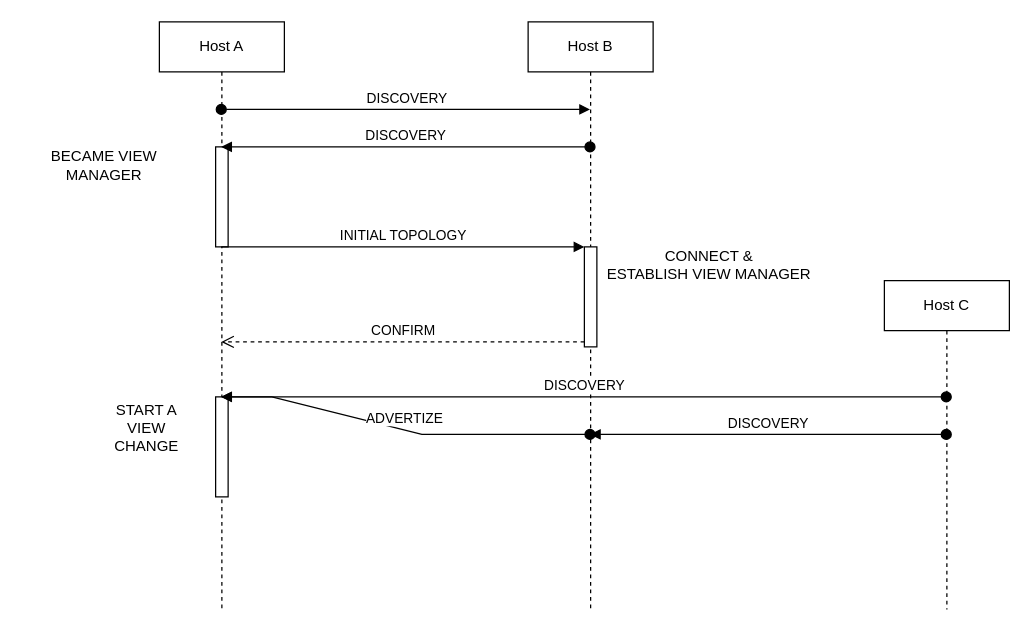
PolCeru/DS-RMPI keeps this draw.io diagram as page "NewHostProtocol" (2 of 2) of doc/model.drawio. Above is the earlier version. Source tidied: cells renumbered, new cells numbered last; positions are measured from the earlier drawing's top-left corner, leaving out a move shared by most shapes. Both pictures are drawn from the tidied source at 125%, with x=0, y=0 at pixel (21, 21).
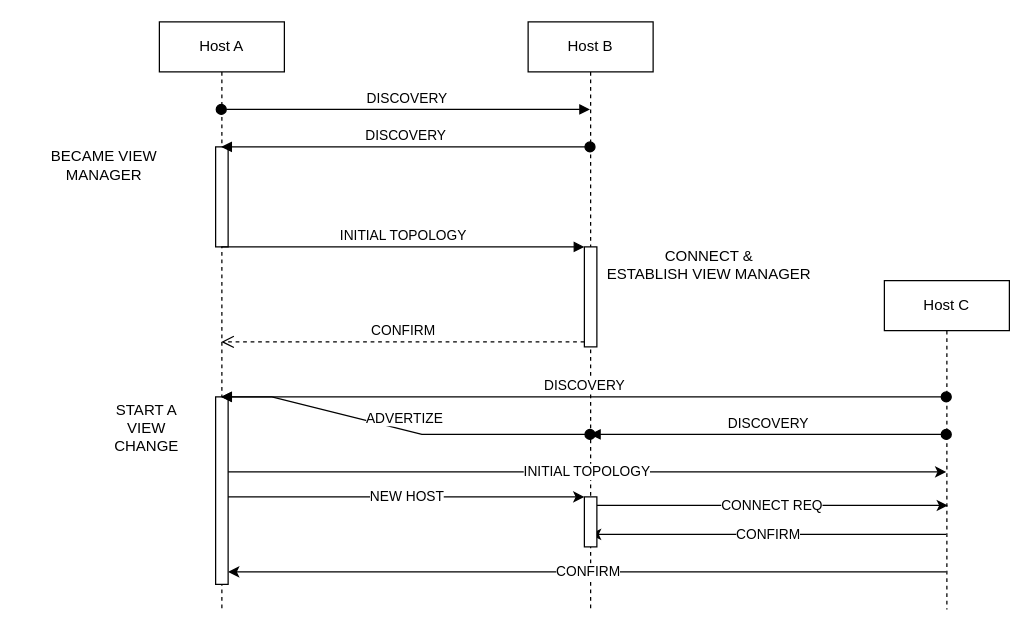
The same page after the edit.

Commit message (it also covers changes not shown here):
Improving documentation for better understand of new host protocol

The change refers to these unchanged cells:
```xml
<mxCell id="2" value="Host A" style="shape=umlLifeline;perimeter=lifelinePerimeter;whiteSpace=wrap;html=1;outlineConnect=0;" parent="1" vertex="1">
  <mxGeometry x="110" width="100" height="470" as="geometry" />
</mxCell>
<mxCell id="5" value="Host B" style="shape=umlLifeline;perimeter=lifelinePerimeter;whiteSpace=wrap;html=1;outlineConnect=0;" parent="1" vertex="1">
  <mxGeometry x="405" width="100" height="470" as="geometry" />
</mxCell>
<mxCell id="7" value="Host C" style="shape=umlLifeline;perimeter=lifelinePerimeter;whiteSpace=wrap;html=1;outlineConnect=0;" parent="1" vertex="1">
  <mxGeometry x="690" y="207" width="100" height="263" as="geometry" />
</mxCell>
```

The edit, as a diff of the source:
```diff
@@
     <mxCell id="4" style="html=1;points=[];perimeter=orthogonalPerimeter;" parent="2" vertex="1">
-      <mxGeometry x="45" y="300" width="10" height="80" as="geometry" />
+      <mxGeometry x="45" y="300" width="10" height="150" as="geometry" />
     </mxCell>
@@
+    <mxCell id="18" value="INITIAL TOPOLOGY" style="endArrow=classic;html=1;rounded=0;startArrow=none;" parent="1" edge="1" source="4" target="7">
+      <mxGeometry relative="1" as="geometry">
+        <Array as="points">
+          <mxPoint x="450" y="360" />
+        </Array>
+      </mxGeometry>
+    </mxCell>
+    <mxCell id="19" value="NEW HOST" style="endArrow=classic;html=1;fontFamily=Helvetica;fontSize=11;fontColor=default;align=center;strokeColor=default;" parent="1" edge="1" source="4" target="22">
+      <mxGeometry relative="1" as="geometry" />
+    </mxCell>
+    <mxCell id="20" value="CONNECT REQ" style="endArrow=classic;html=1;rounded=0;entryX=0.508;entryY=0.684;entryDx=0;entryDy=0;entryPerimeter=0;startArrow=none;" parent="1" edge="1" source="22" target="7">
+      <mxGeometry relative="1" as="geometry" />
+    </mxCell>
+    <mxCell id="21" value="CONFIRM" style="endArrow=classic;html=1;rounded=0;" parent="1" edge="1" source="7" target="5">
+      <mxGeometry relative="1" as="geometry">
+        <Array as="points">
+          <mxPoint x="590" y="410" />
+        </Array>
+      </mxGeometry>
+    </mxCell>
+    <mxCell id="22" style="html=1;points=[];perimeter=orthogonalPerimeter;" parent="1" vertex="1">
+      <mxGeometry x="450" y="380" width="10" height="40" as="geometry" />
+    </mxCell>
+    <mxCell id="23" style="endArrow=none;html=1;rounded=0;entryX=0.508;entryY=0.684;entryDx=0;entryDy=0;entryPerimeter=0;" parent="1" edge="1" source="5" target="22">
+      <mxGeometry relative="1" as="geometry" />
+    </mxCell>
+    <mxCell id="24" value="CONFIRM" style="endArrow=classic;html=1;rounded=0;" parent="1" edge="1" source="7" target="4">
+      <mxGeometry relative="1" as="geometry">
+        <Array as="points">
+          <mxPoint x="450" y="440" />
+        </Array>
+      </mxGeometry>
+    </mxCell>
```
